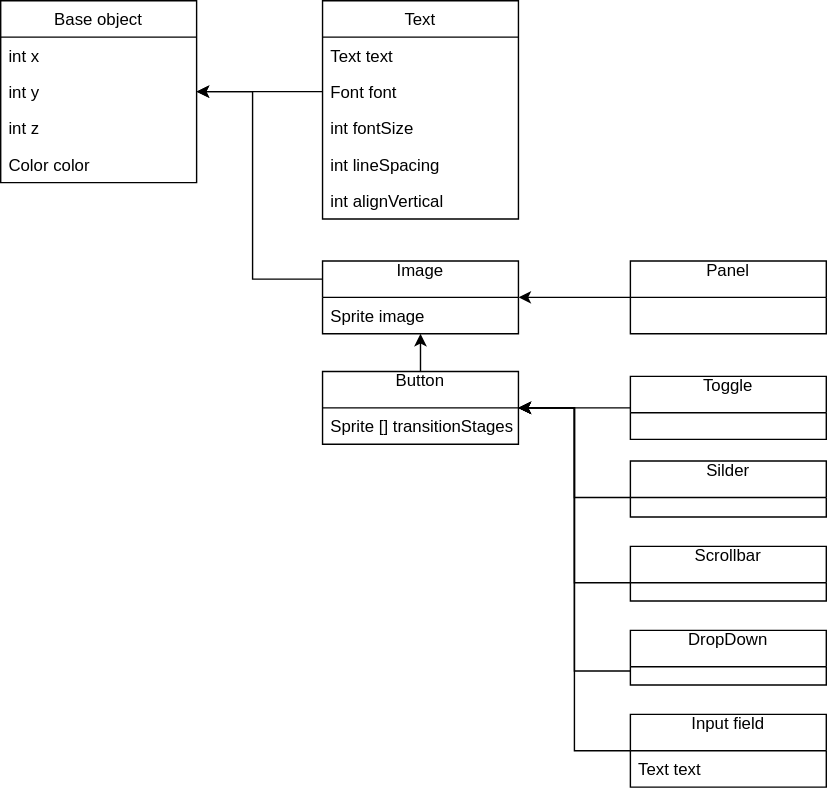
Above: Bastien Olivier Dijkstra/BLOK2/HW1/Data structure unity UI Elements.svg in aaronvark/PeerReview1718 (draw.io), before the change. Source tidied: cells renumbered, new cells last; positions are measured from the earlier drawing's top-left corner, leaving out a move shared by most shapes.
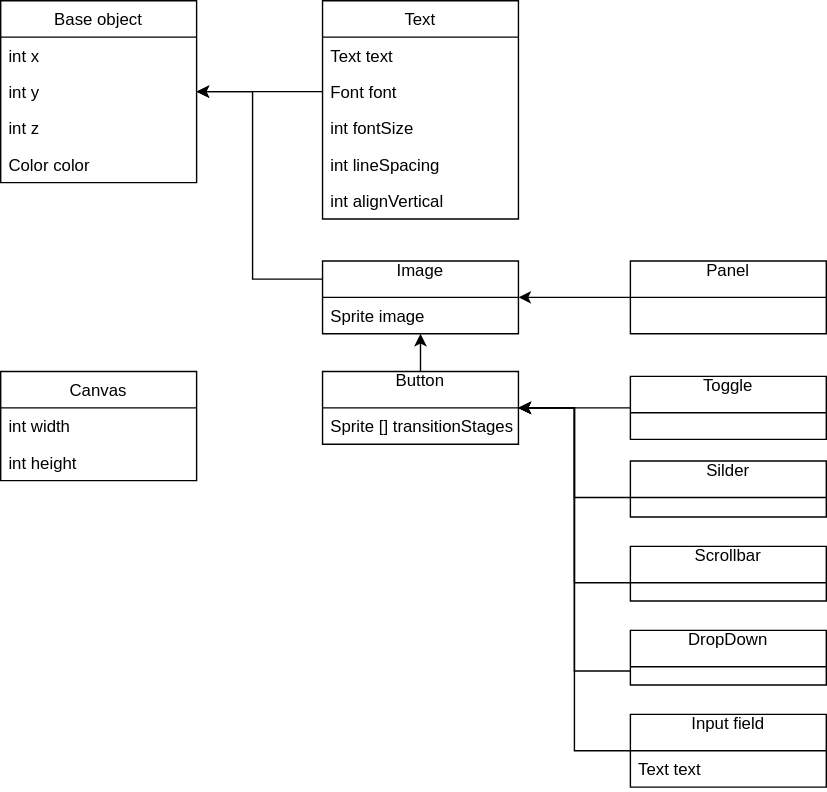
Above is the later version.

What changed in the source:
```diff
@@ -125,5 +125,14 @@
     <mxCell id="32" value="Toggle&#10;" style="swimlane;fontStyle=0;horizontal=1;startSize=26;fillColor=none;" parent="1" vertex="1">
       <mxGeometry x="450" y="268.5" width="140" height="45" as="geometry" />
     </mxCell>
+    <mxCell id="33" value="Canvas" style="swimlane;fontStyle=0;horizontal=1;startSize=26;fillColor=none;" parent="1" vertex="1">
+      <mxGeometry y="265" width="140" height="78" as="geometry" />
+    </mxCell>
+    <mxCell id="34" value="int width" style="text;strokeColor=none;fillColor=none;align=left;verticalAlign=top;spacingLeft=4;spacingRight=4;overflow=hidden;" parent="33" vertex="1">
+      <mxGeometry y="26" width="140" height="26" as="geometry" />
+    </mxCell>
+    <mxCell id="35" value="int height" style="text;strokeColor=none;fillColor=none;align=left;verticalAlign=top;spacingLeft=4;spacingRight=4;overflow=hidden;" parent="33" vertex="1">
+      <mxGeometry y="52" width="140" height="26" as="geometry" />
+    </mxCell>
   </root>
 </mxGraphModel>
```
